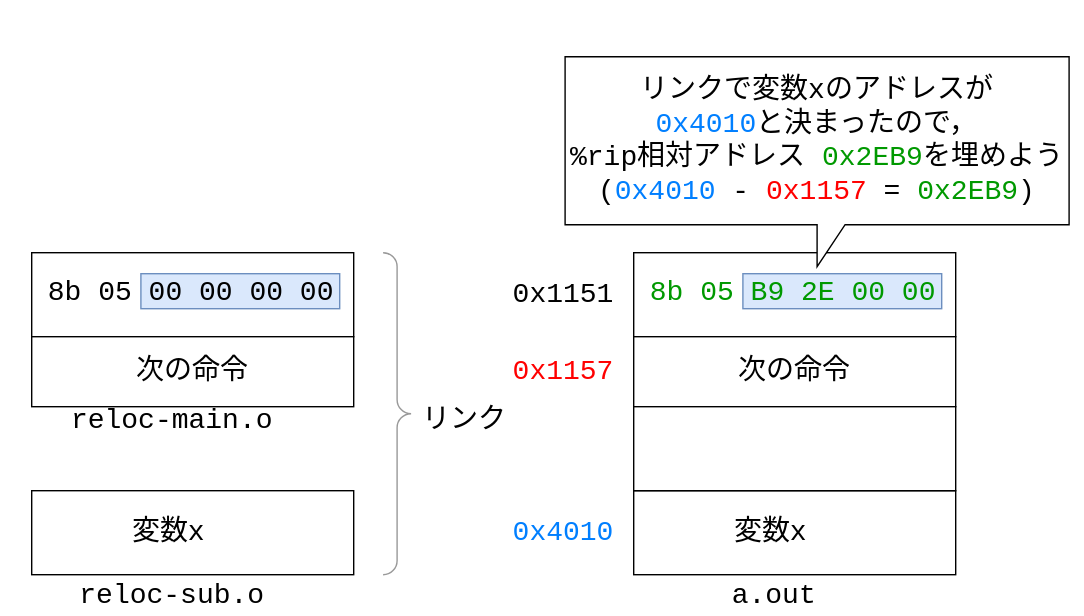
Before: docs/figs/reloc-overview2.svg, a diagram exported from draw.io (gondow/linux-x86-64-programming). Source tidied: cells renumbered, new cells last; positions are measured from the earlier drawing's top-left corner, leaving out a move shared by most shapes.
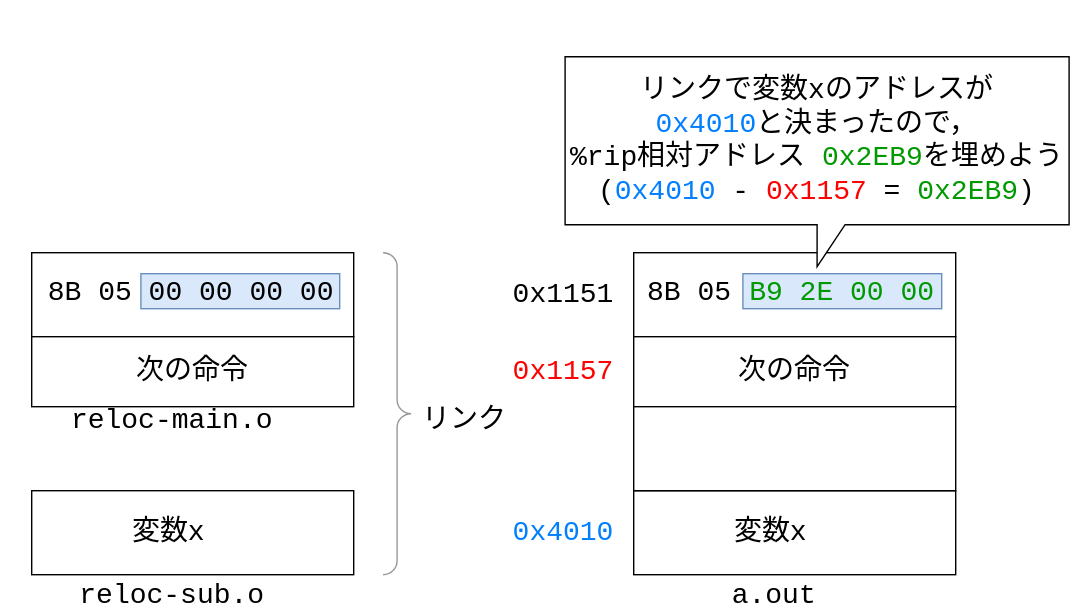
Above is the later version.

Diff of the diagram source:
```diff
@@ -11,7 +11,7 @@
     <mxCell id="4" style="rounded=0;whiteSpace=wrap;html=1;" parent="1" vertex="1">
       <mxGeometry x="23" y="350" width="230" height="60" as="geometry" />
     </mxCell>
-    <mxCell id="5" value="8b 05 00 00 00 00" style="text;whiteSpace=wrap;fontSize=20;fontFamily=Courier New;" parent="1" vertex="1">
+    <mxCell id="5" value="8B 05 00 00 00 00" style="text;whiteSpace=wrap;fontSize=20;fontFamily=Courier New;" parent="1" vertex="1">
       <mxGeometry x="33" y="190" width="220" height="40" as="geometry" />
     </mxCell>
     <mxCell id="6" value="reloc-sub.o" style="text;strokeColor=none;align=center;fillColor=none;html=1;verticalAlign=middle;whiteSpace=wrap;rounded=0;fontSize=20;fontFamily=Courier New;fontColor=default;" parent="1" vertex="1">
@@ -38,8 +38,8 @@
     <mxCell id="13" style="rounded=0;whiteSpace=wrap;html=1;" parent="1" vertex="1">
       <mxGeometry x="453" y="350" width="230" height="60" as="geometry" />
     </mxCell>
-    <mxCell id="14" value="8b 05 B9 2E 00 00" style="text;whiteSpace=wrap;fontSize=20;fontFamily=Courier New;fontColor=#009900;" parent="1" vertex="1">
-      <mxGeometry x="463" y="190" width="220" height="40" as="geometry" />
+    <mxCell id="14" value="B9 2E 00 00" style="text;whiteSpace=wrap;fontSize=20;fontFamily=Courier New;fontColor=#009900;" parent="1" vertex="1">
+      <mxGeometry x="534" y="190" width="140" height="40" as="geometry" />
     </mxCell>
     <mxCell id="15" value="a.out" style="text;strokeColor=none;align=center;fillColor=none;html=1;verticalAlign=middle;whiteSpace=wrap;rounded=0;fontSize=20;fontFamily=Courier New;fontColor=default;" parent="1" vertex="1">
       <mxGeometry x="430.5" y="410" width="245" height="30" as="geometry" />
@@ -71,5 +71,8 @@
     <mxCell id="24" value="リンク" style="text;strokeColor=none;align=center;fillColor=none;html=1;verticalAlign=middle;whiteSpace=wrap;rounded=0;fontSize=20;fontFamily=Courier New;fontColor=default;" parent="1" vertex="1">
       <mxGeometry x="284" y="285" width="96" height="30" as="geometry" />
     </mxCell>
+    <mxCell id="25" value="8B 05" style="text;whiteSpace=wrap;fontSize=20;fontFamily=Courier New;fontColor=#000000;" parent="1" vertex="1">
+      <mxGeometry x="461" y="190" width="70" height="40" as="geometry" />
+    </mxCell>
   </root>
 </mxGraphModel>
```
